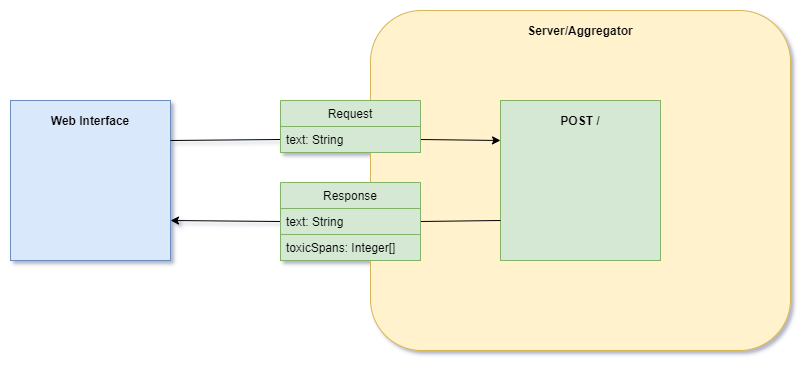
Earlier version of the draw.io export Doc/Aggregator/rest_diagram.png (dinosaph/toxic-spans-detection). Source tidied: cells renumbered, new cells last; positions are measured from the earlier drawing's top-left corner, leaving out a move shared by most shapes.
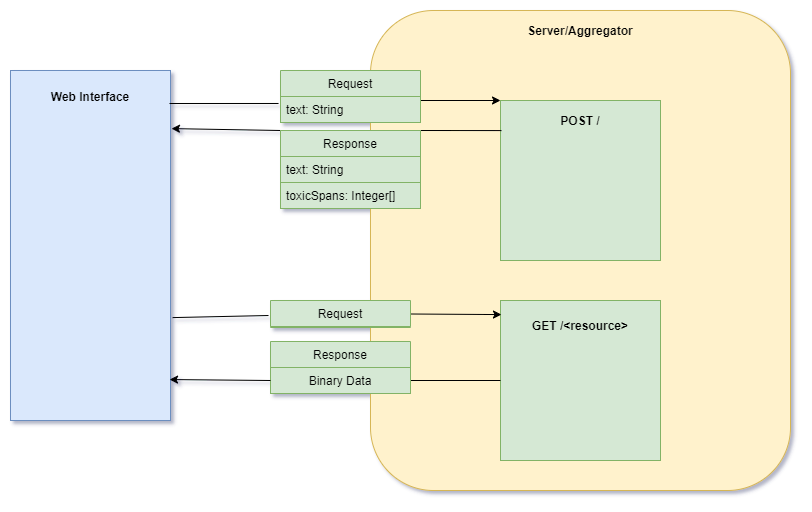
Later version of the same file.

Commit message:
Rest Diagrams

Change to the diagram source:
```diff
@@ -3,13 +3,13 @@
     <mxCell id="0" />
     <mxCell id="1" parent="0" />
     <mxCell id="2" style="rounded=0;whiteSpace=wrap;html=1;fillColor=#dae8fc;strokeColor=#6c8ebf;" parent="1" vertex="1">
-      <mxGeometry y="90" width="160" height="160" as="geometry" />
+      <mxGeometry y="60" width="160" height="350" as="geometry" />
     </mxCell>
     <mxCell id="3" value="&lt;b&gt;Web Interface&lt;/b&gt;" style="text;html=1;strokeColor=none;fillColor=none;align=center;verticalAlign=middle;whiteSpace=wrap;rounded=0;" parent="1" vertex="1">
-      <mxGeometry x="10" y="100" width="140" height="20" as="geometry" />
+      <mxGeometry x="10" y="76" width="140" height="20" as="geometry" />
     </mxCell>
     <mxCell id="4" style="rounded=1;whiteSpace=wrap;html=1;fillColor=#fff2cc;strokeColor=#d6b656;" parent="1" vertex="1">
-      <mxGeometry x="360" width="420" height="340" as="geometry" />
+      <mxGeometry x="360" width="420" height="480" as="geometry" />
     </mxCell>
     <mxCell id="5" value="&lt;b&gt;Server/Aggregator&lt;/b&gt;" style="text;html=1;strokeColor=none;fillColor=none;align=center;verticalAlign=middle;whiteSpace=wrap;rounded=0;" parent="1" vertex="1">
       <mxGeometry x="550" y="10" width="40" height="20" as="geometry" />
@@ -20,26 +20,28 @@
     <mxCell id="7" value="&lt;b&gt;POST /&lt;/b&gt;" style="text;html=1;strokeColor=none;fillColor=none;align=center;verticalAlign=middle;whiteSpace=wrap;rounded=0;" parent="1" vertex="1">
       <mxGeometry x="500" y="100" width="140" height="20" as="geometry" />
     </mxCell>
-    <mxCell id="8" style="endArrow=none;html=1;exitX=1;exitY=0.25;exitDx=0;exitDy=0;entryX=0;entryY=0.5;entryDx=0;entryDy=0;" parent="1" edge="1" source="2" target="13">
-      <mxGeometry relative="1" as="geometry" />
+    <mxCell id="8" style="endArrow=none;html=1;entryX=-0.014;entryY=0.269;entryDx=0;entryDy=0;entryPerimeter=0;" parent="1" edge="1" target="13">
+      <mxGeometry relative="1" as="geometry">
+        <mxPoint x="159" y="93" as="sourcePoint" />
+      </mxGeometry>
     </mxCell>
-    <mxCell id="9" style="endArrow=classic;html=1;exitX=1;exitY=0.5;exitDx=0;exitDy=0;entryX=0;entryY=0.25;entryDx=0;entryDy=0;" parent="1" edge="1" source="13" target="6">
+    <mxCell id="9" style="endArrow=classic;html=1;exitX=0.993;exitY=0.154;exitDx=0;exitDy=0;entryX=0;entryY=0;entryDx=0;entryDy=0;exitPerimeter=0;" parent="1" edge="1" source="13" target="6">
       <mxGeometry relative="1" as="geometry" />
     </mxCell>
-    <mxCell id="10" style="endArrow=none;html=1;entryX=0;entryY=0.75;entryDx=0;entryDy=0;exitX=1;exitY=0.5;exitDx=0;exitDy=0;" parent="1" edge="1" source="15" target="6">
+    <mxCell id="10" style="endArrow=none;html=1;entryX=0.006;entryY=0.188;entryDx=0;entryDy=0;exitX=1;exitY=0;exitDx=0;exitDy=0;entryPerimeter=0;" parent="1" edge="1" source="14" target="6">
       <mxGeometry relative="1" as="geometry" />
     </mxCell>
-    <mxCell id="11" style="endArrow=classic;html=1;exitX=0;exitY=0.5;exitDx=0;exitDy=0;entryX=1;entryY=0.75;entryDx=0;entryDy=0;" parent="1" edge="1" source="15" target="2">
+    <mxCell id="11" style="endArrow=classic;html=1;entryX=1.006;entryY=0.166;entryDx=0;entryDy=0;entryPerimeter=0;exitX=0;exitY=0;exitDx=0;exitDy=0;" parent="1" edge="1" source="14" target="2">
       <mxGeometry relative="1" as="geometry" />
     </mxCell>
     <mxCell id="12" value="Request" style="swimlane;fontStyle=0;horizontal=1;startSize=26;fillColor=#d5e8d4;strokeColor=#82b366;" parent="1" vertex="1">
-      <mxGeometry x="270" y="90" width="140" height="52" as="geometry" />
+      <mxGeometry x="270" y="60" width="140" height="52" as="geometry" />
     </mxCell>
     <mxCell id="13" value="text: String" style="text;strokeColor=#82b366;fillColor=#d5e8d4;align=left;verticalAlign=top;spacingLeft=4;spacingRight=4;overflow=hidden;points=[[0,0.5],[1,0.5]];portConstraint=eastwest;" parent="12" vertex="1">
       <mxGeometry y="26" width="140" height="26" as="geometry" />
     </mxCell>
     <mxCell id="14" value="Response" style="swimlane;fontStyle=0;horizontal=1;startSize=26;fillColor=#d5e8d4;strokeColor=#82b366;" parent="1" vertex="1">
-      <mxGeometry x="270" y="172" width="140" height="78" as="geometry" />
+      <mxGeometry x="270" y="120" width="140" height="78" as="geometry" />
     </mxCell>
     <mxCell id="15" value="text: String" style="text;strokeColor=#82b366;fillColor=#d5e8d4;align=left;verticalAlign=top;spacingLeft=4;spacingRight=4;overflow=hidden;points=[[0,0.5],[1,0.5]];portConstraint=eastwest;" parent="14" vertex="1">
       <mxGeometry y="26" width="140" height="26" as="geometry" />
@@ -47,5 +49,34 @@
     <mxCell id="16" value="toxicSpans: Integer[]" style="text;strokeColor=#82b366;fillColor=#d5e8d4;align=left;verticalAlign=top;spacingLeft=4;spacingRight=4;overflow=hidden;" parent="14" vertex="1">
       <mxGeometry y="52" width="140" height="26" as="geometry" />
     </mxCell>
+    <mxCell id="17" style="rounded=0;whiteSpace=wrap;html=1;fillColor=#d5e8d4;strokeColor=#82b366;" parent="1" vertex="1">
+      <mxGeometry x="490" y="290" width="160" height="160" as="geometry" />
+    </mxCell>
+    <mxCell id="18" value="&lt;b&gt;GET /&amp;lt;resource&amp;gt;&lt;/b&gt;" style="text;html=1;strokeColor=none;fillColor=none;align=center;verticalAlign=middle;whiteSpace=wrap;rounded=0;" parent="1" vertex="1">
+      <mxGeometry x="500" y="305" width="140" height="20" as="geometry" />
+    </mxCell>
+    <mxCell id="19" style="endArrow=none;html=1;exitX=1.013;exitY=0.706;exitDx=0;exitDy=0;exitPerimeter=0;" parent="1" edge="1" source="2">
+      <mxGeometry relative="1" as="geometry">
+        <mxPoint x="258" y="305" as="targetPoint" />
+      </mxGeometry>
+    </mxCell>
+    <mxCell id="20" style="endArrow=classic;html=1;exitX=1;exitY=0.5;exitDx=0;exitDy=0;entryX=0.006;entryY=0.088;entryDx=0;entryDy=0;entryPerimeter=0;" parent="1" edge="1" source="24" target="17">
+      <mxGeometry relative="1" as="geometry" />
+    </mxCell>
+    <mxCell id="21" style="endArrow=none;html=1;exitX=0;exitY=0.5;exitDx=0;exitDy=0;entryX=1;entryY=0.5;entryDx=0;entryDy=0;" parent="1" edge="1" source="17" target="23">
+      <mxGeometry relative="1" as="geometry" />
+    </mxCell>
+    <mxCell id="22" value="Response" style="swimlane;fontStyle=0;horizontal=1;startSize=26;fillColor=#d5e8d4;strokeColor=#82b366;align=center;" parent="1" vertex="1">
+      <mxGeometry x="260" y="331" width="140" height="52" as="geometry" />
+    </mxCell>
+    <mxCell id="23" value="Binary Data" style="text;strokeColor=#82b366;fillColor=#d5e8d4;align=center;verticalAlign=top;spacingLeft=4;spacingRight=4;overflow=hidden;points=[[0,0.5],[1,0.5]];portConstraint=eastwest;" parent="22" vertex="1">
+      <mxGeometry y="26" width="140" height="26" as="geometry" />
+    </mxCell>
+    <mxCell id="24" value="Request" style="swimlane;fontStyle=0;horizontal=1;startSize=26;fillColor=#d5e8d4;strokeColor=#82b366;" parent="1" vertex="1">
+      <mxGeometry x="260" y="290" width="140" height="27" as="geometry" />
+    </mxCell>
+    <mxCell id="25" style="endArrow=classic;html=1;exitX=0;exitY=0.5;exitDx=0;exitDy=0;entryX=0.994;entryY=0.883;entryDx=0;entryDy=0;entryPerimeter=0;" parent="1" edge="1" source="23" target="2">
+      <mxGeometry relative="1" as="geometry" />
+    </mxCell>
   </root>
 </mxGraphModel>
```
